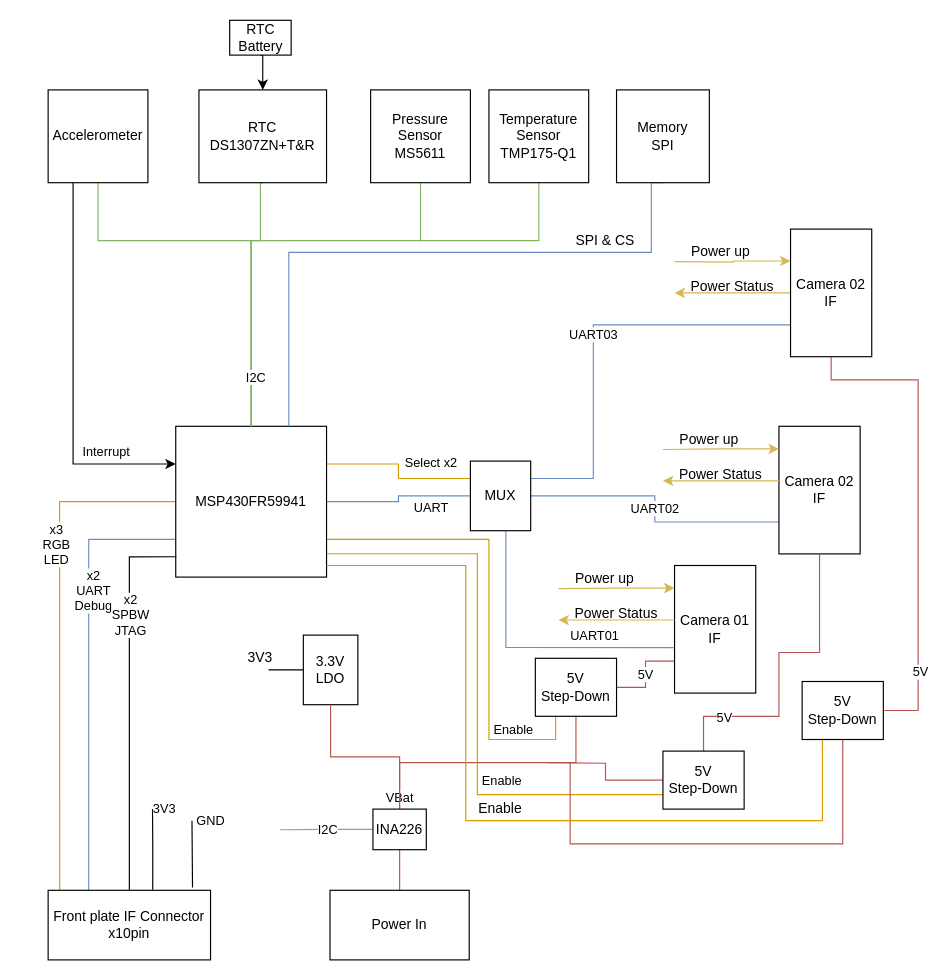
bultza/IRIS2-hardware keeps this draw.io diagram as IRIS2/01-Design/schematics/IRIS2_CPU.drawio. Above is the earlier version. Source tidied: cells renumbered, new cells numbered last; positions are measured from the earlier drawing's top-left corner, leaving out a move shared by most shapes. Both pictures are drawn from the tidied source at 116%, with x=0, y=0 at pixel (48, 20).
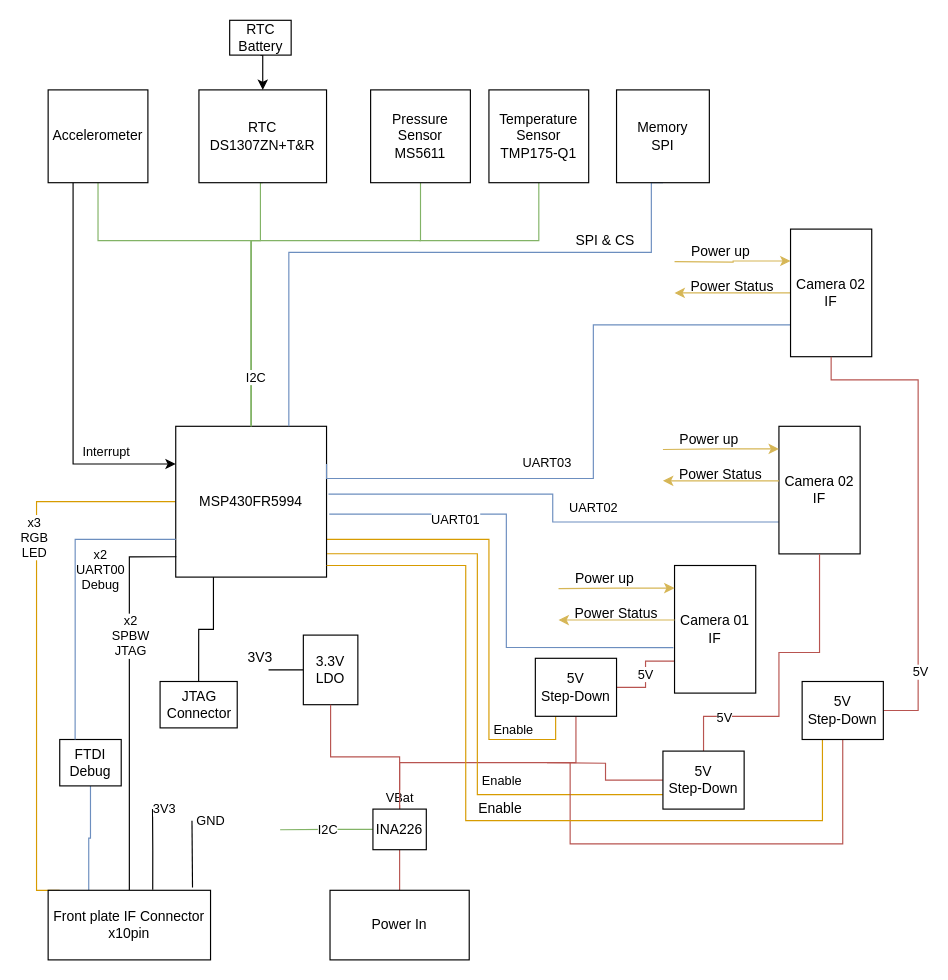
The same diagram, later.

Commit message (it also covers changes not shown here):
CPU schematics actualizado con el mismo MCU del launchpad y quitado el mux Movidos los pines en el pinout del MCU para hacerlos más compatibles con el launchpad ;)

Unchanged cells that the change refers to:
```xml
<mxCell id="20" style="edgeStyle=orthogonalEdgeStyle;rounded=0;jettySize=auto;html=1;exitX=0.5;exitY=0;exitDx=0;exitDy=0;entryX=0.004;entryY=0.865;entryDx=0;entryDy=0;entryPerimeter=0;endArrow=none;endFill=0;" parent="1" edge="1" source="24" target="10">
  <mxGeometry relative="1" as="geometry" />
</mxCell>
<mxCell id="24" value="Front plate IF Connector x10pin" style="rounded=0;whiteSpace=wrap;html=1;" parent="1" vertex="1">
  <mxGeometry y="750" width="140" height="60" as="geometry" />
</mxCell>
<mxCell id="38" value="Camera 01 IF" style="rounded=0;whiteSpace=wrap;html=1;" parent="1" vertex="1">
  <mxGeometry x="540" y="470" width="70" height="110" as="geometry" />
</mxCell>
<mxCell id="45" value="Camera 02 IF" style="rounded=0;whiteSpace=wrap;html=1;" parent="1" vertex="1">
  <mxGeometry x="630" y="350" width="70" height="110" as="geometry" />
</mxCell>
<mxCell id="48" value="Camera 02 IF" style="rounded=0;whiteSpace=wrap;html=1;" parent="1" vertex="1">
  <mxGeometry x="640" y="180" width="70" height="110" as="geometry" />
</mxCell>
```

What changed in the source:
```diff
@@
-    <mxCell id="2" style="edgeStyle=orthogonalEdgeStyle;rounded=0;jettySize=auto;html=1;exitX=0;exitY=0.75;exitDx=0;exitDy=0;entryX=0.25;entryY=0;entryDx=0;entryDy=0;endArrow=none;endFill=0;fillColor=#dae8fc;strokeColor=#6c8ebf;" parent="1" edge="1" source="10" target="24">
-      <mxGeometry relative="1" as="geometry" />
-    </mxCell>
-    <mxCell id="3" value="x2&lt;br&gt;UART &lt;br&gt;Debug" style="edgeLabel;html=1;align=center;verticalAlign=middle;" parent="2" vertex="1">
-      <mxGeometry x="-0.49" y="3" relative="1" as="geometry">
-        <mxPoint y="22.5" as="offset" />
-      </mxGeometry>
-    </mxCell>
     <mxCell id="4" style="edgeStyle=orthogonalEdgeStyle;rounded=0;jettySize=auto;html=1;exitX=0;exitY=0.5;exitDx=0;exitDy=0;entryX=0.071;entryY=0;entryDx=0;entryDy=0;endArrow=none;endFill=0;entryPerimeter=0;fillColor=#ffe6cc;strokeColor=#d79b00;" parent="1" edge="1" source="10" target="24">
-      <mxGeometry relative="1" as="geometry" />
+      <mxGeometry relative="1" as="geometry">
+        <Array as="points">
+          <mxPoint x="-10" y="415" />
+          <mxPoint x="-10" y="750" />
+        </Array>
+      </mxGeometry>
     </mxCell>
@@
-    <mxCell id="8" value="UART" style="edgeStyle=orthogonalEdgeStyle;rounded=0;jettySize=auto;html=1;exitX=1;exitY=0.5;exitDx=0;exitDy=0;entryX=0;entryY=0.5;entryDx=0;entryDy=0;endArrow=none;endFill=0;fillColor=#dae8fc;strokeColor=#6c8ebf;" parent="1" edge="1" source="10" target="44">
-      <mxGeometry x="0.47" y="-10" relative="1" as="geometry" />
-    </mxCell>
-    <mxCell id="9" value="Select x2" style="edgeStyle=orthogonalEdgeStyle;rounded=0;jettySize=auto;html=1;exitX=1;exitY=0.25;exitDx=0;exitDy=0;entryX=0;entryY=0.25;entryDx=0;entryDy=0;endArrow=none;endFill=0;fillColor=#ffe6cc;strokeColor=#d79b00;" parent="1" edge="1" source="10" target="44">
-      <mxGeometry x="0.5" y="13" relative="1" as="geometry" />
-    </mxCell>
+    <mxCell id="75" style="edgeStyle=orthogonalEdgeStyle;rounded=0;jettySize=auto;html=1;exitX=0.25;exitY=1;exitDx=0;exitDy=0;entryX=0.5;entryY=0;entryDx=0;entryDy=0;endArrow=none;endFill=0;" parent="1" edge="1" source="10" target="80">
+      <mxGeometry relative="1" as="geometry" />
+    </mxCell>
-    <mxCell id="10" value="MSP430FR59941" style="rounded=0;whiteSpace=wrap;html=1;" parent="1" vertex="1">
+    <mxCell id="10" value="MSP430FR5994" style="rounded=0;whiteSpace=wrap;html=1;" parent="1" vertex="1">
       <mxGeometry x="110" y="350" width="130" height="130" as="geometry" />
     </mxCell>
@@
     <mxCell id="21" value="x2&lt;br&gt;SPBW&lt;br&gt;JTAG" style="edgeLabel;html=1;align=center;verticalAlign=middle;" parent="20" vertex="1">
-      <mxGeometry x="0.45" relative="1" as="geometry" />
+      <mxGeometry x="0.45" relative="1" as="geometry">
+        <mxPoint y="18.3" as="offset" />
+      </mxGeometry>
     </mxCell>
@@
+    <mxCell id="76" style="edgeStyle=orthogonalEdgeStyle;rounded=0;jettySize=auto;html=1;exitX=0.25;exitY=0;exitDx=0;exitDy=0;entryX=0.5;entryY=1;entryDx=0;entryDy=0;fillColor=#dae8fc;strokeColor=#6c8ebf;endArrow=none;endFill=0;" parent="1" edge="1" source="24" target="77">
+      <mxGeometry relative="1" as="geometry" />
+    </mxCell>
@@
-    <mxCell id="40" style="edgeStyle=orthogonalEdgeStyle;rounded=0;jettySize=auto;html=1;exitX=0.75;exitY=1;exitDx=0;exitDy=0;entryX=-0.014;entryY=0.643;entryDx=0;entryDy=0;endArrow=none;endFill=0;fillColor=#dae8fc;strokeColor=#6c8ebf;entryPerimeter=0;" parent="1" edge="1" target="38">
+    <mxCell id="40" style="edgeStyle=orthogonalEdgeStyle;rounded=0;jettySize=auto;html=1;exitX=1.018;exitY=0.582;exitDx=0;exitDy=0;entryX=-0.014;entryY=0.643;entryDx=0;entryDy=0;endArrow=none;endFill=0;fillColor=#dae8fc;strokeColor=#6c8ebf;entryPerimeter=0;exitPerimeter=0;" parent="1" edge="1" source="10" target="38">
       <mxGeometry relative="1" as="geometry">
-        <mxPoint x="394.6" y="440" as="sourcePoint" />
         <Array as="points">
+          <mxPoint x="395" y="426" />
           <mxPoint x="395" y="541" />
         </Array>
       </mxGeometry>
     </mxCell>
     <mxCell id="41" value="UART01" style="edgeLabel;html=1;align=center;verticalAlign=middle;" parent="40" vertex="1">
       <mxGeometry x="-0.12" y="2" relative="1" as="geometry">
-        <mxPoint x="68.6" y="-8.7" as="offset" />
+        <mxPoint x="-47" y="-23.6" as="offset" />
       </mxGeometry>
     </mxCell>
-    <mxCell id="42" value="UART02" style="edgeStyle=orthogonalEdgeStyle;rounded=0;jettySize=auto;html=1;exitX=1;exitY=0.5;exitDx=0;exitDy=0;entryX=0;entryY=0.75;entryDx=0;entryDy=0;endArrow=none;endFill=0;fillColor=#dae8fc;strokeColor=#6c8ebf;" parent="1" edge="1" source="44" target="45">
-      <mxGeometry relative="1" as="geometry" />
+    <mxCell id="42" value="UART02" style="edgeStyle=orthogonalEdgeStyle;rounded=0;jettySize=auto;html=1;exitX=1.013;exitY=0.45;exitDx=0;exitDy=0;entryX=0;entryY=0.75;entryDx=0;entryDy=0;endArrow=none;endFill=0;fillColor=#dae8fc;strokeColor=#6c8ebf;exitPerimeter=0;" parent="1" edge="1" source="10" target="45">
+      <mxGeometry x="0.22" y="13" relative="1" as="geometry" />
     </mxCell>
-    <mxCell id="43" value="UART03" style="edgeStyle=orthogonalEdgeStyle;rounded=0;jettySize=auto;html=1;exitX=1;exitY=0.25;exitDx=0;exitDy=0;entryX=0;entryY=0.75;entryDx=0;entryDy=0;endArrow=none;endFill=0;fillColor=#dae8fc;strokeColor=#6c8ebf;" parent="1" edge="1" source="44" target="48">
-      <mxGeometry relative="1" as="geometry">
+    <mxCell id="43" value="UART03" style="edgeStyle=orthogonalEdgeStyle;rounded=0;jettySize=auto;html=1;exitX=1;exitY=0.25;exitDx=0;exitDy=0;entryX=0;entryY=0.75;entryDx=0;entryDy=0;endArrow=none;endFill=0;fillColor=#dae8fc;strokeColor=#6c8ebf;" parent="1" edge="1" source="10" target="48">
+      <mxGeometry x="-0.26" y="13" relative="1" as="geometry">
         <Array as="points">
+          <mxPoint x="240" y="395" />
           <mxPoint x="470" y="395" />
           <mxPoint x="470" y="263" />
         </Array>
       </mxGeometry>
     </mxCell>
-    <mxCell id="44" value="MUX" style="rounded=0;whiteSpace=wrap;html=1;" parent="1" vertex="1">
-      <mxGeometry x="364" y="380" width="52" height="60" as="geometry" />
-    </mxCell>
@@
+    <mxCell id="77" value="FTDI Debug" style="rounded=0;whiteSpace=wrap;html=1;" parent="1" vertex="1">
+      <mxGeometry x="10" y="620" width="53" height="40" as="geometry" />
+    </mxCell>
+    <mxCell id="78" style="edgeStyle=orthogonalEdgeStyle;rounded=0;jettySize=auto;html=1;exitX=0;exitY=0.75;exitDx=0;exitDy=0;entryX=0.25;entryY=0;entryDx=0;entryDy=0;endArrow=none;endFill=0;fillColor=#dae8fc;strokeColor=#6c8ebf;" parent="1" edge="1" source="10" target="77">
+      <mxGeometry relative="1" as="geometry" />
+    </mxCell>
+    <mxCell id="79" value="x2&lt;br&gt;UART00&lt;br&gt;Debug" style="edgeLabel;html=1;align=center;verticalAlign=middle;" parent="78" vertex="1">
+      <mxGeometry x="-0.49" y="3" relative="1" as="geometry">
+        <mxPoint y="22.5" as="offset" />
+      </mxGeometry>
+    </mxCell>
+    <mxCell id="80" value="JTAG&lt;br&gt;Connector" style="rounded=0;whiteSpace=wrap;html=1;" parent="1" vertex="1">
+      <mxGeometry x="96.5" y="570" width="66.5" height="40" as="geometry" />
+    </mxCell>
```
